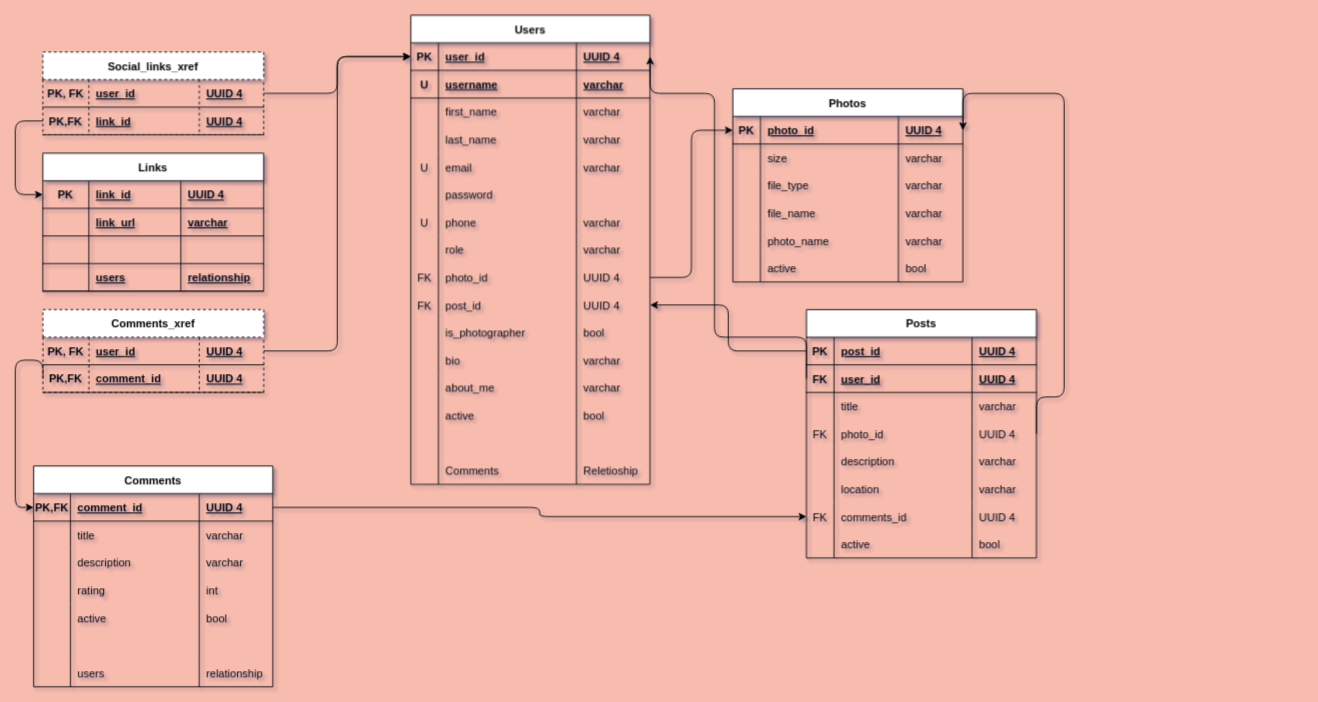
Above: erd/erd.drawio in jakeegbert04/BE-capstone (draw.io), before the change. Source tidied: cells renumbered, new cells numbered last; positions are measured from the earlier drawing's top-left corner, leaving out a move shared by most shapes. Both pictures are drawn from the tidied source at 92%, with x=0, y=0 at pixel (15, 15).
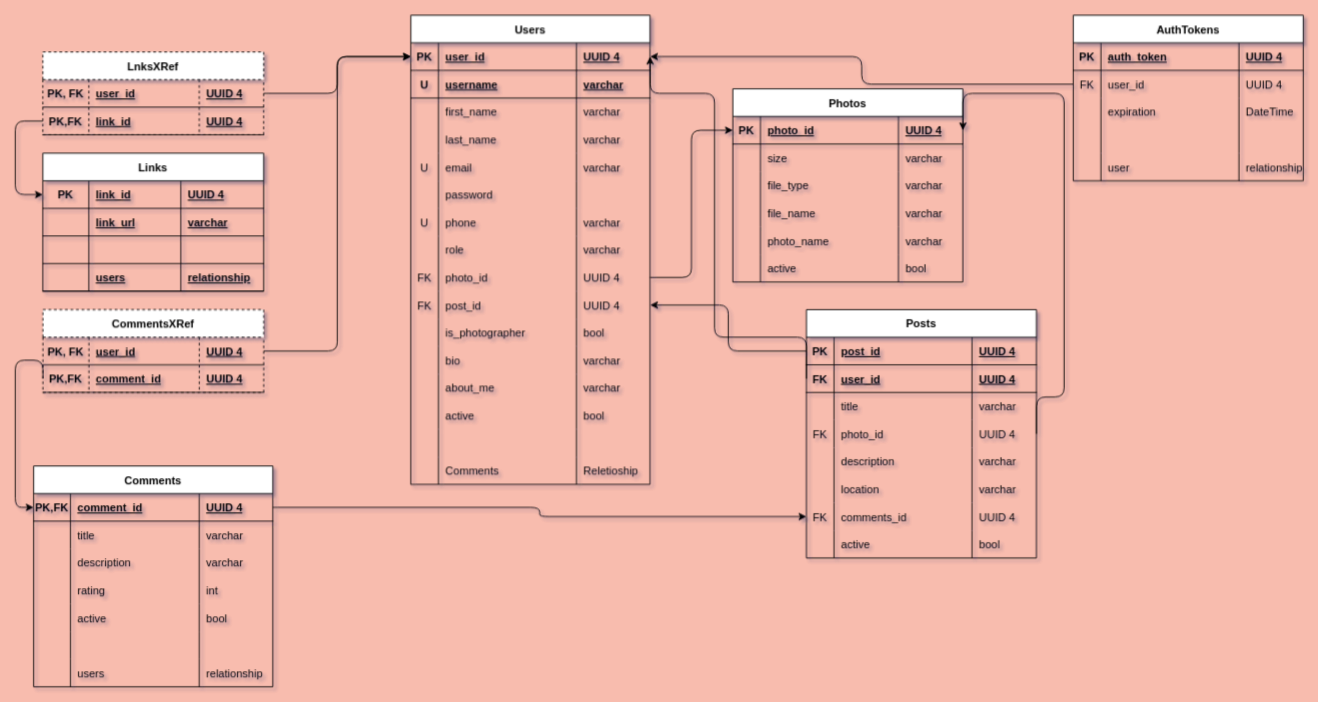
The same diagram, later.

Commit message (it also covers changes not shown here):
fixed erd and auth tokens

The change refers to these unchanged cells:
```xml
<mxCell id="3" style="shape=tableRow;horizontal=0;startSize=0;swimlaneHead=0;swimlaneBody=0;fillColor=none;points=[[0,0.5],[1,0.5]];portConstraint=eastwest;top=0;left=0;right=0;bottom=1;" parent="2" vertex="1">
  <mxGeometry y="30" width="260" height="30" as="geometry" />
</mxCell>
```

What changed in the source:
```diff
@@
-    <mxCell id="155" value="Social_links_xref" style="shape=table;startSize=30;childLayout=tableLayout;rowLines=0;fontStyle=1;align=center;dashed=1;" parent="1" vertex="1">
+    <mxCell id="155" value="LnksXRef" style="shape=table;startSize=30;childLayout=tableLayout;rowLines=0;fontStyle=1;align=center;dashed=1;" parent="1" vertex="1">
       <mxGeometry x="30" y="40" width="240" height="90" as="geometry" />
     </mxCell>
@@
-    <mxCell id="182" value="Comments_xref" style="shape=table;startSize=30;childLayout=tableLayout;rowLines=0;fontStyle=1;align=center;dashed=1;" parent="1" vertex="1">
+    <mxCell id="182" value="CommentsXRef" style="shape=table;startSize=30;childLayout=tableLayout;rowLines=0;fontStyle=1;align=center;dashed=1;" parent="1" vertex="1">
       <mxGeometry x="30" y="320" width="240" height="90" as="geometry" />
     </mxCell>
@@
+    <mxCell id="199" value="AuthTokens" style="shape=table;startSize=30;childLayout=tableLayout;rowLines=0;fontStyle=1;align=center;" parent="1" vertex="1">
+      <mxGeometry x="1150" width="250" height="180" as="geometry" />
+    </mxCell>
+    <mxCell id="200" style="shape=tableRow;horizontal=0;startSize=0;swimlaneHead=0;swimlaneBody=0;fillColor=none;top=0;left=0;right=0;bottom=1;" parent="199" vertex="1">
+      <mxGeometry y="30" width="250" height="30" as="geometry" />
+    </mxCell>
+    <mxCell id="201" value="PK" style="shape=partialRectangle;fillColor=none;top=0;left=0;bottom=0;right=0;fontStyle=1;overflow=hidden;" parent="200" vertex="1">
+      <mxGeometry width="30" height="30" as="geometry" />
+    </mxCell>
+    <mxCell id="202" value="auth_token" style="shape=partialRectangle;fillColor=none;top=0;left=0;bottom=0;right=0;align=left;spacingLeft=6;fontStyle=5;overflow=hidden;" parent="200" vertex="1">
+      <mxGeometry x="30" width="150" height="30" as="geometry" />
+    </mxCell>
+    <mxCell id="203" value="UUID 4" style="shape=partialRectangle;fillColor=none;top=0;left=0;bottom=0;right=0;align=left;spacingLeft=6;fontStyle=5;overflow=hidden;" parent="200" vertex="1">
+      <mxGeometry x="180" width="70" height="30" as="geometry" />
+    </mxCell>
+    <mxCell id="204" style="shape=tableRow;horizontal=0;startSize=0;swimlaneHead=0;swimlaneBody=0;fillColor=none;points=[[0,0.5],[1,0.5]];portConstraint=eastwest;top=0;left=0;right=0;bottom=0;" parent="199" vertex="1">
+      <mxGeometry y="60" width="250" height="30" as="geometry" />
+    </mxCell>
+    <mxCell id="205" value="FK" style="shape=partialRectangle;fillColor=none;top=0;left=0;bottom=0;right=0;overflow=hidden;" parent="204" vertex="1">
+      <mxGeometry width="30" height="30" as="geometry" />
+    </mxCell>
+    <mxCell id="206" value="user_id" style="shape=partialRectangle;fillColor=none;top=0;left=0;bottom=0;right=0;align=left;spacingLeft=6;overflow=hidden;" parent="204" vertex="1">
+      <mxGeometry x="30" width="150" height="30" as="geometry" />
+    </mxCell>
+    <mxCell id="207" value="UUID 4" style="shape=partialRectangle;fillColor=none;top=0;left=0;bottom=0;right=0;align=left;spacingLeft=6;overflow=hidden;" parent="204" vertex="1">
+      <mxGeometry x="180" width="70" height="30" as="geometry" />
+    </mxCell>
+    <mxCell id="208" style="shape=tableRow;horizontal=0;startSize=0;swimlaneHead=0;swimlaneBody=0;fillColor=none;top=0;left=0;right=0;bottom=0;" parent="199" vertex="1">
+      <mxGeometry y="90" width="250" height="30" as="geometry" />
+    </mxCell>
+    <mxCell id="209" style="shape=partialRectangle;fillColor=none;top=0;left=0;bottom=0;right=0;overflow=hidden;" parent="208" vertex="1">
+      <mxGeometry width="30" height="30" as="geometry" />
+    </mxCell>
+    <mxCell id="210" value="expiration" style="shape=partialRectangle;fillColor=none;top=0;left=0;bottom=0;right=0;align=left;spacingLeft=6;overflow=hidden;" parent="208" vertex="1">
+      <mxGeometry x="30" width="150" height="30" as="geometry" />
+    </mxCell>
+    <mxCell id="211" value="DateTime" style="shape=partialRectangle;fillColor=none;top=0;left=0;bottom=0;right=0;align=left;spacingLeft=6;overflow=hidden;" parent="208" vertex="1">
+      <mxGeometry x="180" width="70" height="30" as="geometry" />
+    </mxCell>
+    <mxCell id="212" style="shape=tableRow;horizontal=0;startSize=0;swimlaneHead=0;swimlaneBody=0;fillColor=none;top=0;left=0;right=0;bottom=0;" parent="199" vertex="1">
+      <mxGeometry y="120" width="250" height="30" as="geometry" />
+    </mxCell>
+    <mxCell id="213" style="shape=partialRectangle;fillColor=none;top=0;left=0;bottom=0;right=0;overflow=hidden;" parent="212" vertex="1">
+      <mxGeometry width="30" height="30" as="geometry" />
+    </mxCell>
+    <mxCell id="214" style="shape=partialRectangle;fillColor=none;top=0;left=0;bottom=0;right=0;align=left;spacingLeft=6;overflow=hidden;" parent="212" vertex="1">
+      <mxGeometry x="30" width="150" height="30" as="geometry" />
+    </mxCell>
+    <mxCell id="215" style="shape=partialRectangle;fillColor=none;top=0;left=0;bottom=0;right=0;align=left;spacingLeft=6;overflow=hidden;" parent="212" vertex="1">
+      <mxGeometry x="180" width="70" height="30" as="geometry" />
+    </mxCell>
+    <mxCell id="216" style="shape=tableRow;horizontal=0;startSize=0;swimlaneHead=0;swimlaneBody=0;fillColor=none;top=0;left=0;right=0;bottom=0;" parent="199" vertex="1">
+      <mxGeometry y="150" width="250" height="30" as="geometry" />
+    </mxCell>
+    <mxCell id="217" style="shape=partialRectangle;fillColor=none;top=0;left=0;bottom=0;right=0;overflow=hidden;" parent="216" vertex="1">
+      <mxGeometry width="30" height="30" as="geometry" />
+    </mxCell>
+    <mxCell id="218" value="user" style="shape=partialRectangle;fillColor=none;top=0;left=0;bottom=0;right=0;align=left;spacingLeft=6;overflow=hidden;" parent="216" vertex="1">
+      <mxGeometry x="30" width="150" height="30" as="geometry" />
+    </mxCell>
+    <mxCell id="219" value="relationship" style="shape=partialRectangle;fillColor=none;top=0;left=0;bottom=0;right=0;align=left;spacingLeft=6;overflow=hidden;" parent="216" vertex="1">
+      <mxGeometry x="180" width="70" height="30" as="geometry" />
+    </mxCell>
+    <mxCell id="220" style="edgeStyle=orthogonalEdgeStyle;html=1;exitX=0;exitY=0.5;exitDx=0;exitDy=0;entryX=1;entryY=0.5;entryDx=0;entryDy=0;" parent="1" edge="1" source="204" target="3">
+      <mxGeometry relative="1" as="geometry" />
+    </mxCell>
```
